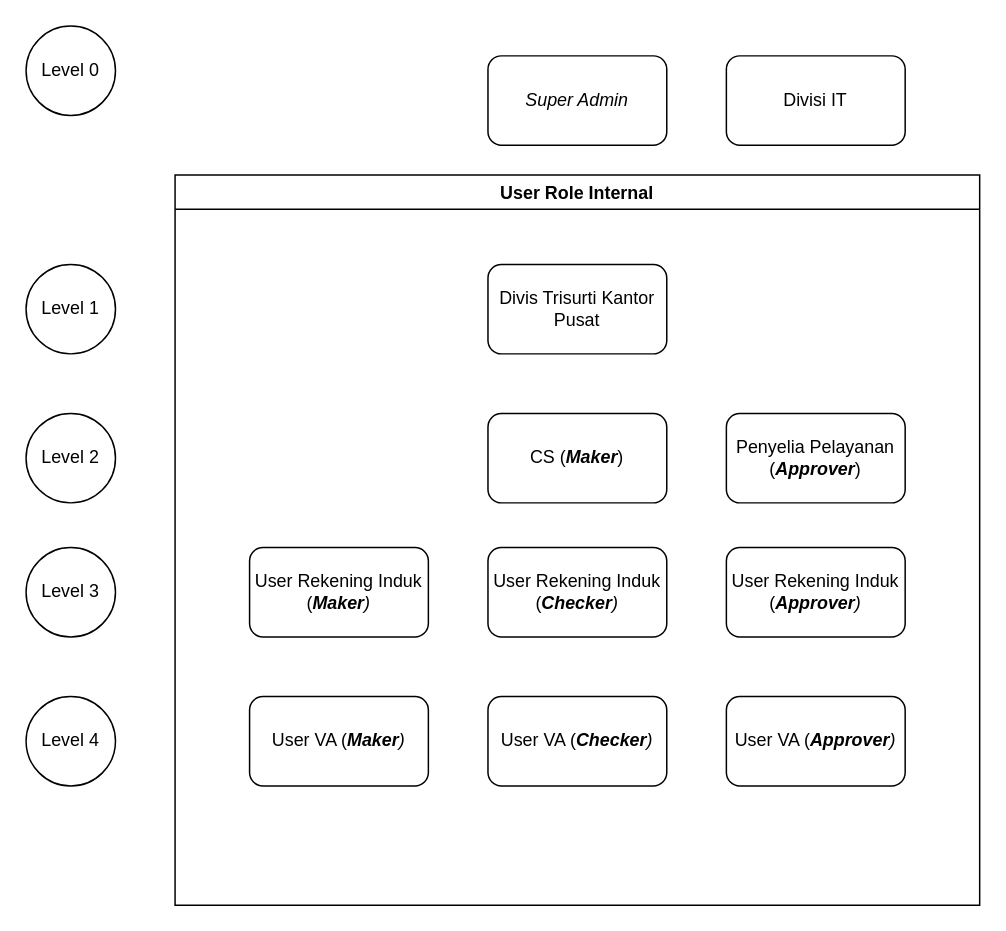
Before: page "Actor or User Role" (1 of 6) of actor-or-user-role.drawio in aribrilliantsyah/fsd_va_bpd_diy, a draw.io diagram. Source tidied: cells renumbered, new cells numbered last; positions are measured from the earlier drawing's top-left corner, leaving out a move shared by most shapes. Both pictures are drawn from the tidied source at 149%, with x=0, y=0 at pixel (25, 25).
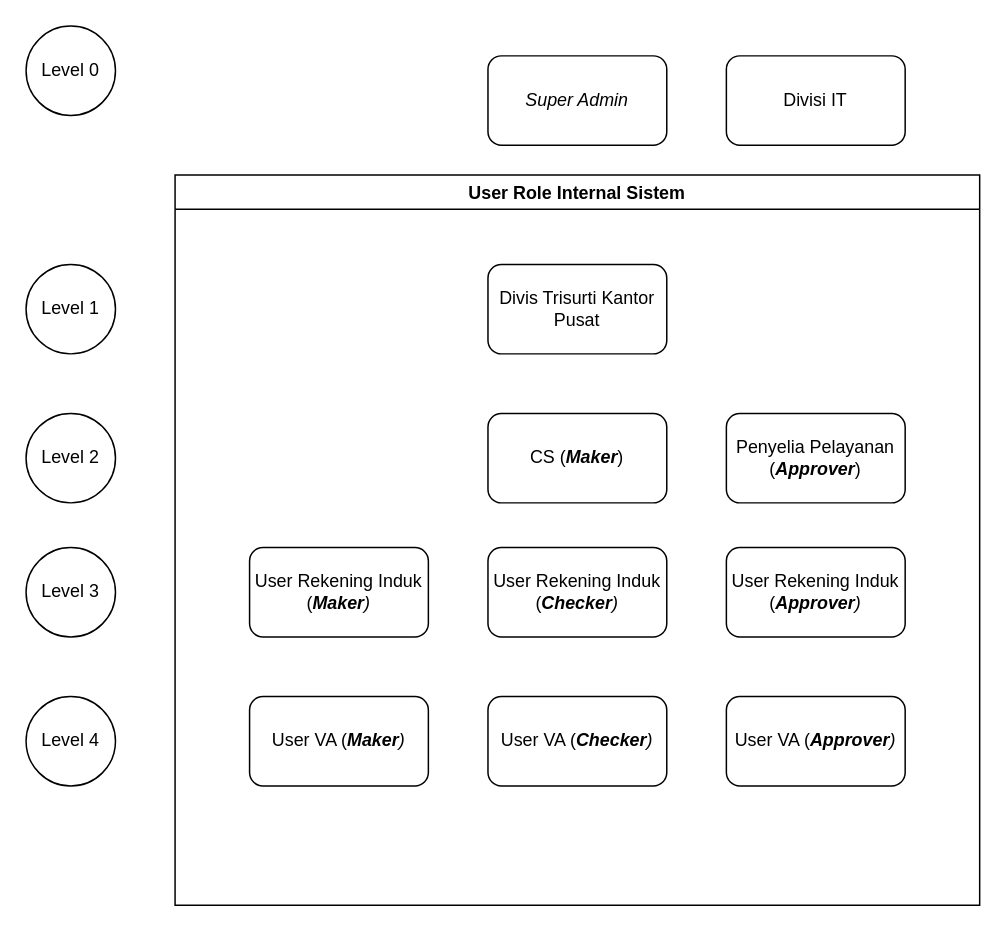
The same diagram, later.

The edit, as a diff of the source:
```diff
@@
 <mxGraphModel>
   <root>
     <mxCell id="0" />
     <mxCell id="1" parent="0" />
-    <mxCell id="2" value="User Role Internal" style="swimlane;" parent="1" vertex="1">
+    <mxCell id="2" value="User Role Internal Sistem" style="swimlane;" parent="1" vertex="1">
       <mxGeometry x="100" y="100" width="540" height="490" as="geometry" />
     </mxCell>
     <mxCell id="3" value="CS (&lt;i&gt;&lt;b&gt;Maker&lt;/b&gt;&lt;/i&gt;)" style="rounded=1;whiteSpace=wrap;html=1;" parent="2" vertex="1">
       <mxGeometry x="210" y="160" width="120" height="60" as="geometry" />
     </mxCell>
     <mxCell id="4" value="User Rekening Induk (&lt;i&gt;&lt;b&gt;Maker&lt;/b&gt;)&lt;/i&gt;" style="rounded=1;whiteSpace=wrap;html=1;" parent="2" vertex="1">
       <mxGeometry x="50" y="250" width="120" height="60" as="geometry" />
     </mxCell>
     <mxCell id="5" value="User Rekening Induk (&lt;i&gt;&lt;b&gt;Checker&lt;/b&gt;)&lt;/i&gt;" style="rounded=1;whiteSpace=wrap;html=1;" parent="2" vertex="1">
       <mxGeometry x="210" y="250" width="120" height="60" as="geometry" />
     </mxCell>
     <mxCell id="6" value="User Rekening Induk (&lt;i&gt;&lt;b&gt;Approver&lt;/b&gt;)&lt;/i&gt;" style="rounded=1;whiteSpace=wrap;html=1;" parent="2" vertex="1">
       <mxGeometry x="370" y="250" width="120" height="60" as="geometry" />
     </mxCell>
     <mxCell id="7" value="User VA (&lt;i&gt;&lt;b&gt;Maker&lt;/b&gt;)&lt;/i&gt;" style="rounded=1;whiteSpace=wrap;html=1;" parent="2" vertex="1">
       <mxGeometry x="50" y="350" width="120" height="60" as="geometry" />
     </mxCell>
     <mxCell id="8" value="User VA (&lt;i&gt;&lt;b&gt;Checker&lt;/b&gt;)&lt;/i&gt;" style="rounded=1;whiteSpace=wrap;html=1;" parent="2" vertex="1">
       <mxGeometry x="210" y="350" width="120" height="60" as="geometry" />
     </mxCell>
     <mxCell id="9" value="User VA (&lt;i&gt;&lt;b&gt;Approver&lt;/b&gt;)&lt;/i&gt;" style="rounded=1;whiteSpace=wrap;html=1;" parent="2" vertex="1">
       <mxGeometry x="370" y="350" width="120" height="60" as="geometry" />
     </mxCell>
     <mxCell id="10" value="Divis Trisurti Kantor Pusat" style="rounded=1;whiteSpace=wrap;html=1;" parent="2" vertex="1">
       <mxGeometry x="210" y="60" width="120" height="60" as="geometry" />
     </mxCell>
     <mxCell id="11" value="Penyelia Pelayanan (&lt;b&gt;&lt;i&gt;Approver&lt;/i&gt;&lt;/b&gt;)" style="rounded=1;whiteSpace=wrap;html=1;" parent="2" vertex="1">
       <mxGeometry x="370" y="160" width="120" height="60" as="geometry" />
     </mxCell>
     <mxCell id="12" value="Level 1" style="ellipse;whiteSpace=wrap;html=1;" parent="1" vertex="1">
       <mxGeometry y="160" width="60" height="60" as="geometry" />
     </mxCell>
     <mxCell id="13" value="Level 2" style="ellipse;whiteSpace=wrap;html=1;" parent="1" vertex="1">
       <mxGeometry y="260" width="60" height="60" as="geometry" />
     </mxCell>
     <mxCell id="14" value="Level 3" style="ellipse;whiteSpace=wrap;html=1;" parent="1" vertex="1">
       <mxGeometry y="350" width="60" height="60" as="geometry" />
     </mxCell>
     <mxCell id="15" value="Level 4" style="ellipse;whiteSpace=wrap;html=1;" parent="1" vertex="1">
       <mxGeometry y="450" width="60" height="60" as="geometry" />
     </mxCell>
     <mxCell id="16" value="Level 0" style="ellipse;whiteSpace=wrap;html=1;" parent="1" vertex="1">
       <mxGeometry width="60" height="60" as="geometry" />
     </mxCell>
     <mxCell id="17" value="&lt;i&gt;Super Admin&lt;/i&gt;" style="rounded=1;whiteSpace=wrap;html=1;" parent="1" vertex="1">
       <mxGeometry x="310" y="20" width="120" height="60" as="geometry" />
     </mxCell>
     <mxCell id="18" value="Divisi IT" style="rounded=1;whiteSpace=wrap;html=1;" parent="1" vertex="1">
       <mxGeometry x="470" y="20" width="120" height="60" as="geometry" />
     </mxCell>
   </root>
 </mxGraphModel>
```
